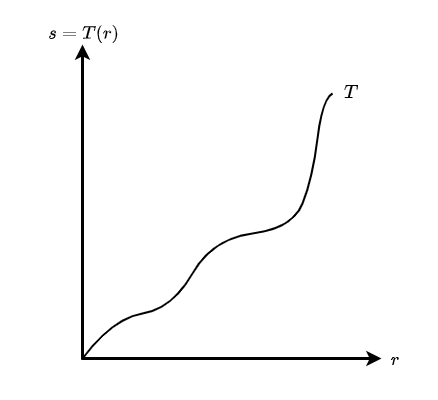
This is W4/4-1.drawio.png from hazalmogultay/466Images, a draw.io export, as it was before one commit. Source tidied: cells renumbered, new cells last; positions are measured from the earlier drawing's top-left corner, leaving out a move shared by most shapes. Source of this version:
```xml
<mxGraphModel math="1">
  <root>
    <mxCell id="0" />
    <mxCell id="1" parent="0" />
    <mxCell id="2" style="endArrow=classic;html=1;rounded=0;strokeWidth=3;fontFamily=Helvetica;" parent="1" edge="1">
      <mxGeometry relative="1" as="geometry">
        <mxPoint x="82" y="359" as="sourcePoint" />
        <mxPoint x="82" y="44" as="targetPoint" />
      </mxGeometry>
    </mxCell>
    <mxCell id="3" style="endArrow=classic;html=1;rounded=0;strokeWidth=3;" parent="1" edge="1">
      <mxGeometry relative="1" as="geometry">
        <mxPoint x="81" y="358" as="sourcePoint" />
        <mxPoint x="381" y="358" as="targetPoint" />
      </mxGeometry>
    </mxCell>
    <mxCell id="4" style="curved=1;endArrow=none;html=1;rounded=0;strokeWidth=2;endFill=0;" parent="1" edge="1">
      <mxGeometry relative="1" as="geometry">
        <mxPoint x="82" y="358" as="sourcePoint" />
        <mxPoint x="332" y="93" as="targetPoint" />
        <Array as="points">
          <mxPoint x="112" y="318" />
          <mxPoint x="172" y="308" />
          <mxPoint x="212" y="238" />
          <mxPoint x="292" y="228" />
          <mxPoint x="312" y="178" />
          <mxPoint x="322" y="98" />
        </Array>
      </mxGeometry>
    </mxCell>
    <mxCell id="5" value="&lt;b&gt;$$T$$&lt;br&gt;&lt;/b&gt;" style="text;html=1;strokeColor=none;fillColor=none;align=center;verticalAlign=middle;whiteSpace=wrap;rounded=0;fontFamily=Helvetica;fontSize=16;" parent="1" vertex="1">
      <mxGeometry x="321" y="77" width="60" height="30" as="geometry" />
    </mxCell>
    <mxCell id="6" value="&lt;b&gt;$$r$$&lt;br&gt;&lt;/b&gt;" style="text;html=1;strokeColor=none;fillColor=none;align=center;verticalAlign=middle;whiteSpace=wrap;rounded=0;fontFamily=Helvetica;fontSize=16;" parent="1" vertex="1">
      <mxGeometry x="353" y="318" width="84" height="81" as="geometry" />
    </mxCell>
    <mxCell id="7" value="&lt;b&gt;$$s = T(r)$$&lt;/b&gt;" style="text;html=1;strokeColor=none;fillColor=none;align=center;verticalAlign=middle;whiteSpace=wrap;rounded=0;fontFamily=Helvetica;fontSize=16;fontStyle=0;" parent="1" vertex="1">
      <mxGeometry width="167" height="66" as="geometry" />
    </mxCell>
  </root>
</mxGraphModel>
```
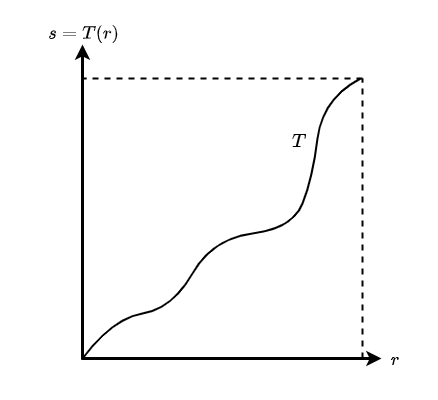
Above is the later version.

What changed in the source:
```diff
@@ -17,7 +17,7 @@
     <mxCell id="4" style="curved=1;endArrow=none;html=1;rounded=0;strokeWidth=2;endFill=0;" parent="1" edge="1">
       <mxGeometry relative="1" as="geometry">
         <mxPoint x="82" y="358" as="sourcePoint" />
-        <mxPoint x="332" y="93" as="targetPoint" />
+        <mxPoint x="360" y="78" as="targetPoint" />
         <Array as="points">
           <mxPoint x="112" y="318" />
           <mxPoint x="172" y="308" />
@@ -29,7 +29,7 @@
       </mxGeometry>
     </mxCell>
     <mxCell id="5" value="&lt;b&gt;$$T$$&lt;br&gt;&lt;/b&gt;" style="text;html=1;strokeColor=none;fillColor=none;align=center;verticalAlign=middle;whiteSpace=wrap;rounded=0;fontFamily=Helvetica;fontSize=16;" parent="1" vertex="1">
-      <mxGeometry x="321" y="77" width="60" height="30" as="geometry" />
+      <mxGeometry x="269" y="126" width="60" height="30" as="geometry" />
     </mxCell>
     <mxCell id="6" value="&lt;b&gt;$$r$$&lt;br&gt;&lt;/b&gt;" style="text;html=1;strokeColor=none;fillColor=none;align=center;verticalAlign=middle;whiteSpace=wrap;rounded=0;fontFamily=Helvetica;fontSize=16;" parent="1" vertex="1">
       <mxGeometry x="353" y="318" width="84" height="81" as="geometry" />
@@ -37,5 +37,17 @@
     <mxCell id="7" value="&lt;b&gt;$$s = T(r)$$&lt;/b&gt;" style="text;html=1;strokeColor=none;fillColor=none;align=center;verticalAlign=middle;whiteSpace=wrap;rounded=0;fontFamily=Helvetica;fontSize=16;fontStyle=0;" parent="1" vertex="1">
       <mxGeometry width="167" height="66" as="geometry" />
     </mxCell>
+    <mxCell id="8" style="endArrow=none;dashed=1;html=1;rounded=0;fontSize=16;strokeWidth=2;" parent="1" edge="1">
+      <mxGeometry relative="1" as="geometry">
+        <mxPoint x="362" y="78" as="sourcePoint" />
+        <mxPoint x="82" y="78" as="targetPoint" />
+      </mxGeometry>
+    </mxCell>
+    <mxCell id="9" style="endArrow=none;dashed=1;html=1;rounded=0;fontSize=16;strokeWidth=2;" parent="1" edge="1">
+      <mxGeometry relative="1" as="geometry">
+        <mxPoint x="362" y="358" as="sourcePoint" />
+        <mxPoint x="362" y="78" as="targetPoint" />
+      </mxGeometry>
+    </mxCell>
   </root>
 </mxGraphModel>
```
